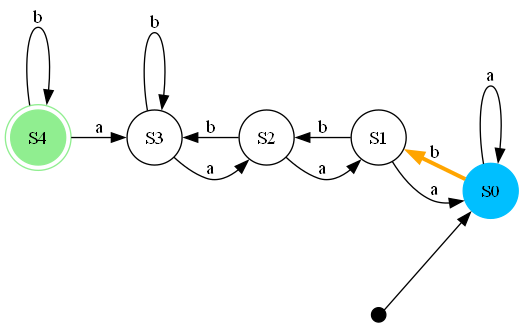
Jhos-hgnu/Proyecto-Automatas keeps this Graphviz diagram as automata.png. Above is the earlier version. Its source is kept beside it as automata.dot.
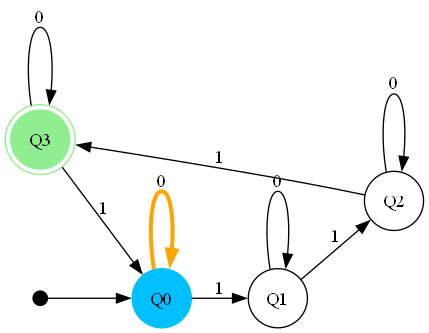
Above is the later version.

The edit, as a diff of the source:
```diff
@@ -5,31 +5,27 @@
 	ordering=out;
 	nodesep=0.8;
 
-	node [shape = doublecircle]; S4 ;
+	node [shape = doublecircle]; Q3 ;
 	node [shape = circle];
 
 	inic [shape=point, width=0.15, color=black];
-	inic -> S0 [color=black, arrowhead=normal];
+	inic -> Q0 [color=black, arrowhead=normal];
 
-	{ rank = same; S0; }
-	{ rank = same; S1; }
-	{ rank = same; S2; }
-	{ rank = same; S3; }
-	{ rank = same; S4; }
-	S0 [color=deepskyblue style=filled];
-	S1 [color=black];
-	S2 [color=black];
-	S3 [color=black];
-	S4 [color=lightgreen style=filled];
+	{ rank = same; Q0; }
+	{ rank = same; Q1; }
+	{ rank = same; Q2; }
+	{ rank = same; Q3; }
+	Q0 [color=deepskyblue style=filled];
+	Q1 [color=black];
+	Q2 [color=black];
+	Q3 [color=lightgreen style=filled];
 
-	S0 -> S0 [ label = "a" ] [color="#000000"];
-	S0 -> S1 [ label = "b" ] [color="#ffa500" penwidth=3.0];
-	S1 -> S0 [ label = "a" ] [color="#000000"];
-	S1 -> S2 [ label = "b" ] [color="#000000"];
-	S2 -> S1 [ label = "a" ] [color="#000000"];
-	S2 -> S3 [ label = "b" ] [color="#000000"];
-	S3 -> S2 [ label = "a" ] [color="#000000"];
-	S3 -> S3 [ label = "b" ] [color="#000000"];
-	S4 -> S3 [ label = "a" ] [color="#000000"];
-	S4 -> S4 [ label = "b" ] [color="#000000"];
+	Q0 -> Q0 [ label = "0" ] [color="#ffa500" penwidth=3.0];
+	Q0 -> Q1 [ label = "1" ] [color="#000000"];
+	Q1 -> Q1 [ label = "0" ] [color="#000000"];
+	Q1 -> Q2 [ label = "1" ] [color="#000000"];
+	Q2 -> Q2 [ label = "0" ] [color="#000000"];
+	Q2 -> Q3 [ label = "1" ] [color="#000000"];
+	Q3 -> Q3 [ label = "0" ] [color="#000000"];
+	Q3 -> Q0 [ label = "1" ] [color="#000000"];
 }
```
